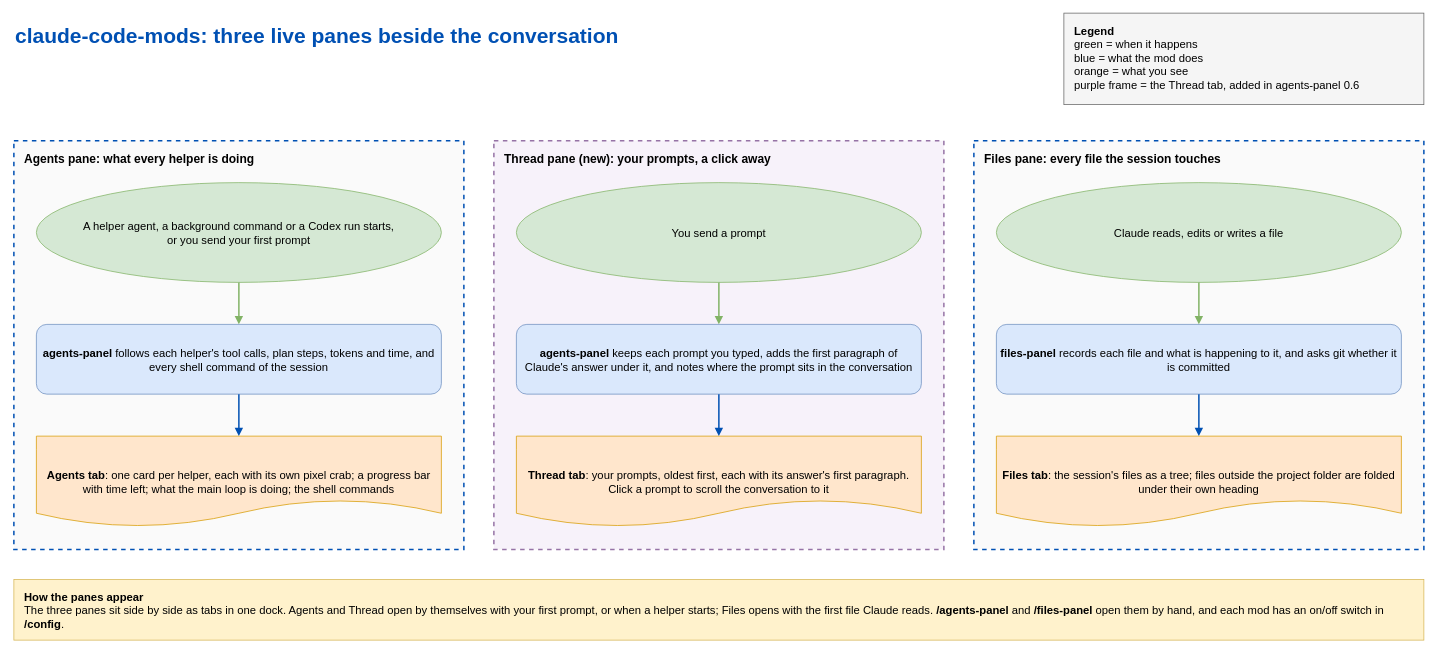
This is docs/mods-flow.drawio from eranw2000/claude-code-mods, a draw.io file, before an edit. Source tidied: cells renumbered, new cells numbered last; positions are measured from the earlier drawing's top-left corner, leaving out a move shared by most shapes. Both pictures are drawn from the tidied source at 75%, with x=0, y=0 at pixel (14, 13).
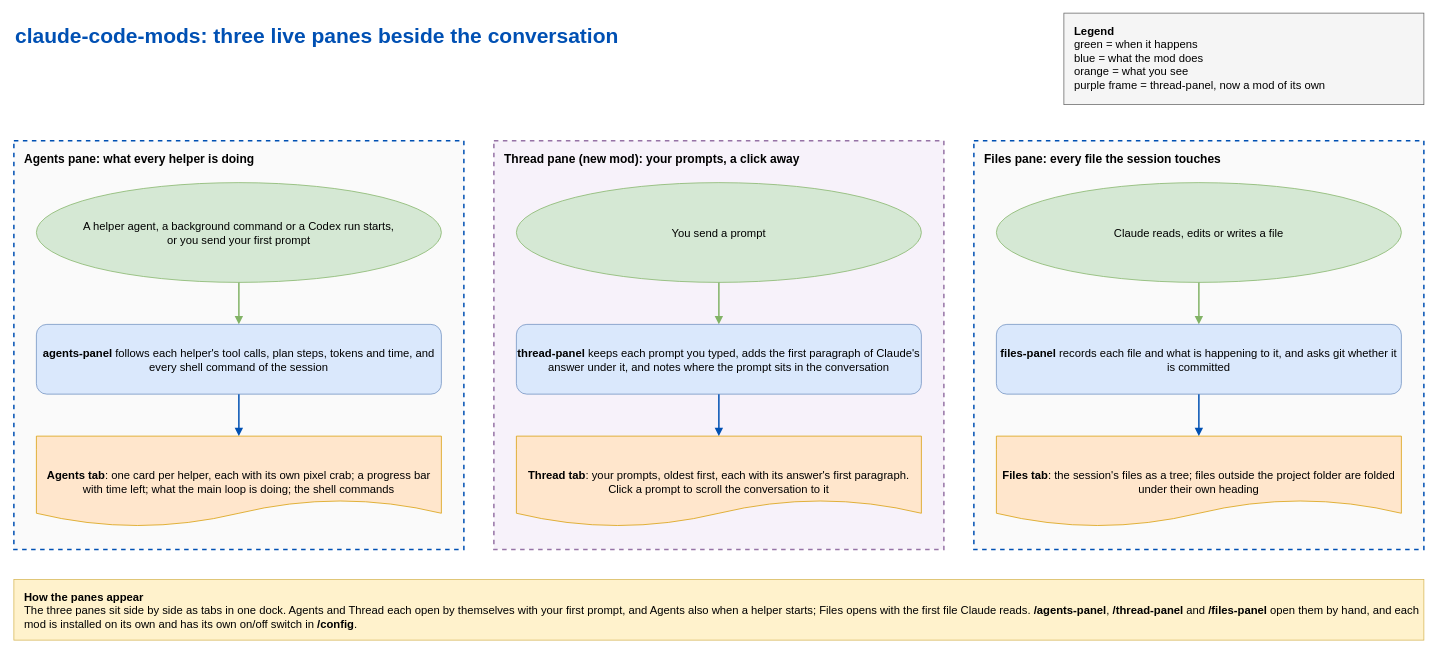
Above is the later version.

Commit message (it also covers changes not shown here):
thread-panel: the Thread pane becomes its own mod; agents-panel 0.7.0 (#5)

What changed in the source:
```diff
@@
-    <mxCell id="3" value="&lt;b&gt;Legend&lt;/b&gt;&lt;br&gt;green = when it happens&lt;br&gt;blue = what the mod does&lt;br&gt;orange = what you see&lt;br&gt;purple frame = the Thread tab, added in agents-panel 0.6" style="rounded=0;fillColor=#f5f5f5;strokeColor=#666666;whiteSpace=wrap;align=left;verticalAlign=top;spacingLeft=12;spacingTop=8;fontSize=15;html=1;" parent="1" vertex="1">
+    <mxCell id="3" value="&lt;b&gt;Legend&lt;/b&gt;&lt;br&gt;green = when it happens&lt;br&gt;blue = what the mod does&lt;br&gt;orange = what you see&lt;br&gt;purple frame = thread-panel, now a mod of its own" style="rounded=0;fillColor=#f5f5f5;strokeColor=#666666;whiteSpace=wrap;align=left;verticalAlign=top;spacingLeft=12;spacingTop=8;fontSize=15;html=1;" parent="1" vertex="1">
       <mxGeometry x="1400" width="480" height="122" as="geometry" />
     </mxCell>
@@
-    <mxCell id="8" value="Thread pane (new): your prompts, a click away" style="rounded=0;fillColor=#f7f2fa;strokeColor=#9673a6;fontStyle=1;verticalAlign=top;align=left;spacingLeft=12;spacingTop=8;dashed=1;strokeWidth=2;whiteSpace=wrap;fontSize=16;html=1;" parent="1" vertex="1">
+    <mxCell id="8" value="Thread pane (new mod): your prompts, a click away" style="rounded=0;fillColor=#f7f2fa;strokeColor=#9673a6;fontStyle=1;verticalAlign=top;align=left;spacingLeft=12;spacingTop=8;dashed=1;strokeWidth=2;whiteSpace=wrap;fontSize=16;html=1;" parent="1" vertex="1">
       <mxGeometry x="640" y="170" width="600" height="545" as="geometry" />
     </mxCell>
@@
-    <mxCell id="10" value="&lt;b&gt;agents-panel&lt;/b&gt; keeps each prompt you typed, adds the first paragraph of Claude's answer under it, and notes where the prompt sits in the conversation" style="rounded=1;fillColor=#dae8fc;strokeColor=#6c8ebf;whiteSpace=wrap;fontSize=15;html=1;" parent="8" vertex="1">
+    <mxCell id="10" value="&lt;b&gt;thread-panel&lt;/b&gt; keeps each prompt you typed, adds the first paragraph of Claude's answer under it, and notes where the prompt sits in the conversation" style="rounded=1;fillColor=#dae8fc;strokeColor=#6c8ebf;whiteSpace=wrap;fontSize=15;html=1;" parent="8" vertex="1">
       <mxGeometry x="30" y="245" width="540" height="93" as="geometry" />
     </mxCell>
@@
-    <mxCell id="16" value="&lt;b&gt;How the panes appear&lt;/b&gt;&lt;br&gt;The three panes sit side by side as tabs in one dock. Agents and Thread open by themselves with your first prompt, or when a helper starts; Files opens with the first file Claude reads. &lt;b&gt;/agents-panel&lt;/b&gt; and &lt;b&gt;/files-panel&lt;/b&gt; open them by hand, and each mod has an on/off switch in &lt;b&gt;/config&lt;/b&gt;." style="rounded=0;fillColor=#fff2cc;strokeColor=#d6b656;whiteSpace=wrap;align=left;verticalAlign=top;spacingLeft=12;spacingTop=8;fontSize=15;html=1;" parent="1" vertex="1">
+    <mxCell id="16" value="&lt;b&gt;How the panes appear&lt;/b&gt;&lt;br&gt;The three panes sit side by side as tabs in one dock. Agents and Thread each open by themselves with your first prompt, and Agents also when a helper starts; Files opens with the first file Claude reads. &lt;b&gt;/agents-panel&lt;/b&gt;, &lt;b&gt;/thread-panel&lt;/b&gt; and &lt;b&gt;/files-panel&lt;/b&gt; open them by hand, and each mod is installed on its own and has its own on/off switch in &lt;b&gt;/config&lt;/b&gt;." style="rounded=0;fillColor=#fff2cc;strokeColor=#d6b656;whiteSpace=wrap;align=left;verticalAlign=top;spacingLeft=12;spacingTop=8;fontSize=15;html=1;" parent="1" vertex="1">
       <mxGeometry y="755" width="1880" height="81" as="geometry" />
     </mxCell>
```
